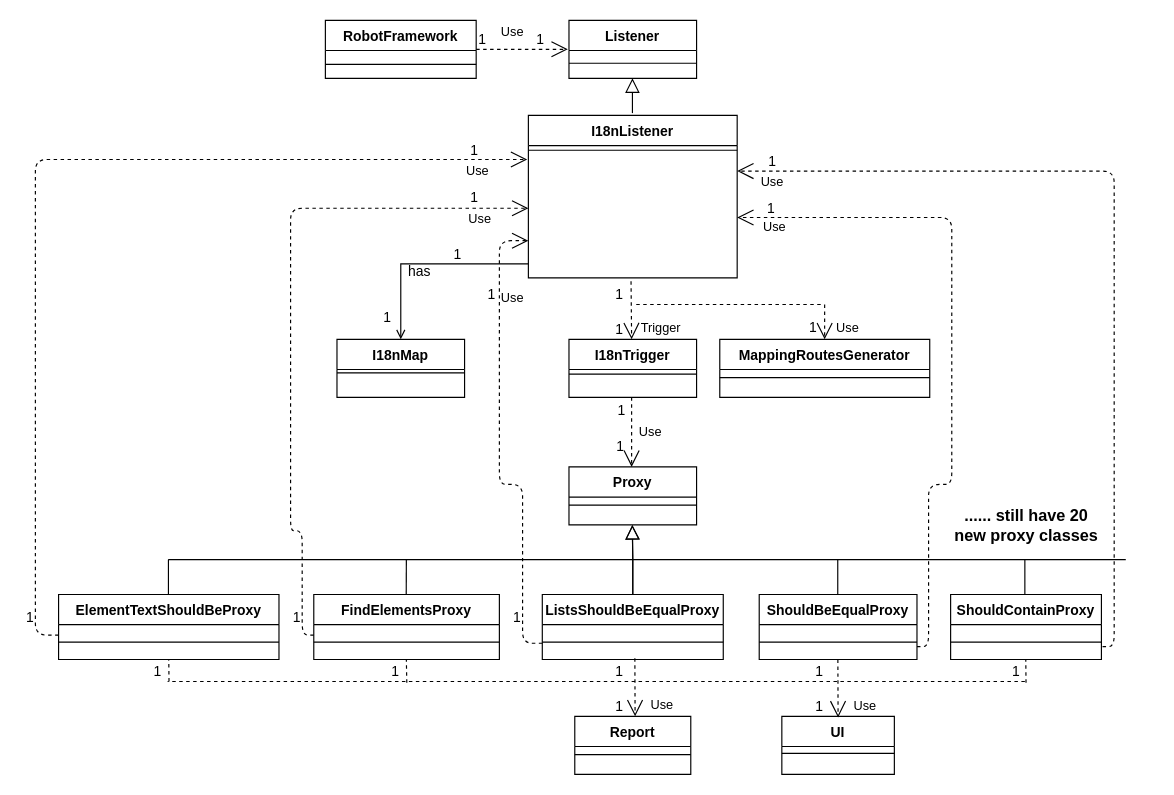
Above: page "ppt 新版i18n" (8 of 9) of UML/i18n class diagram.drawio in Rexmen/i18n (draw.io), before the change. Source tidied: cells renumbered, new cells numbered last; positions are measured from the earlier drawing's top-left corner, leaving out a move shared by most shapes. Both pictures are drawn from the tidied source at 116%, with x=0, y=0 at pixel (35, 20).
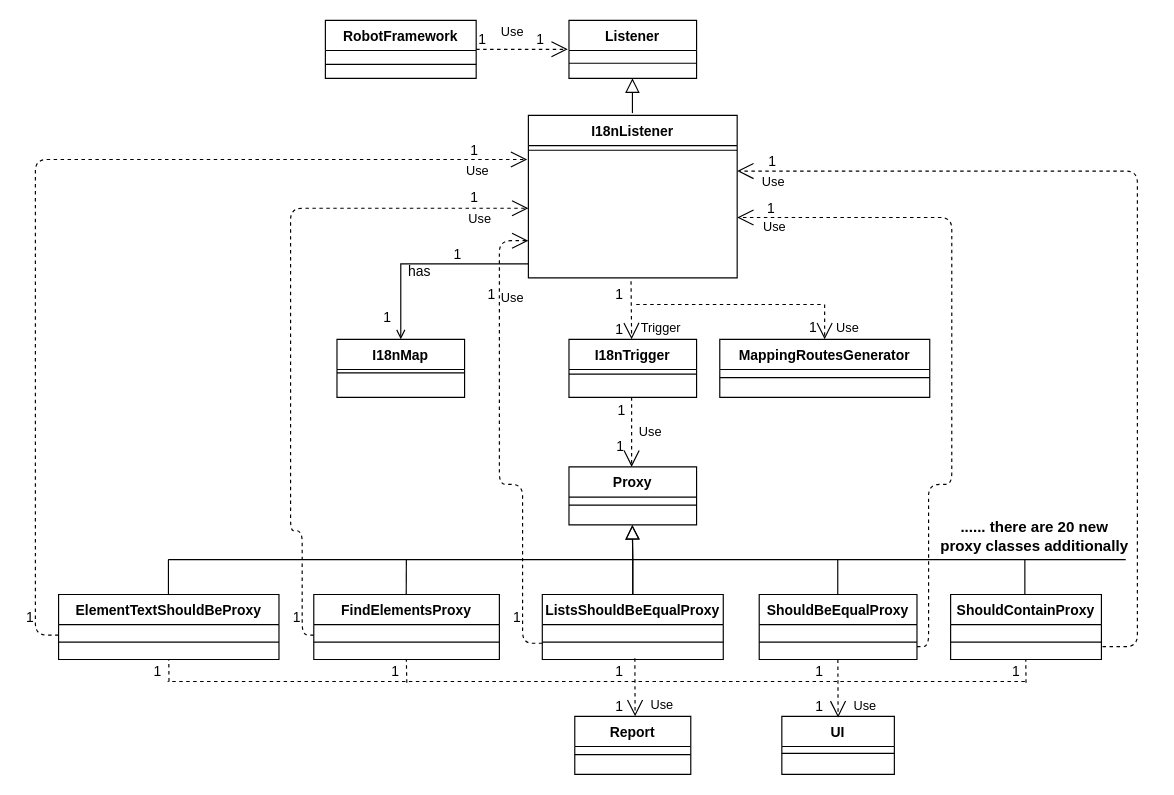
The same page after the edit.

Change to the diagram source:
```diff
@@
     <mxCell id="44" value="Use" style="endArrow=open;endSize=12;dashed=1;html=1;" parent="1" edge="1">
       <mxGeometry x="0.92" y="9" relative="1" as="geometry">
         <mxPoint x="920" y="540" as="sourcePoint" />
         <mxPoint x="605" y="130" as="targetPoint" />
         <Array as="points">
-          <mxPoint x="930" y="540" />
-          <mxPoint x="930" y="130" />
+          <mxPoint x="950" y="540" />
+          <mxPoint x="950" y="130" />
         </Array>
       </mxGeometry>
     </mxCell>
@@
-    <mxCell id="80" value="&lt;b&gt;&lt;font style=&quot;font-size: 14px&quot;&gt;...... still have 20&lt;br&gt;new proxy classes&lt;/font&gt;&lt;/b&gt;" style="text;html=1;align=center;verticalAlign=middle;strokeColor=none;" parent="1" vertex="1">
-      <mxGeometry x="784" y="420" width="140" height="30" as="geometry" />
+    <mxCell id="80" value="&lt;b style=&quot;font-size: 13px&quot;&gt;&lt;font style=&quot;font-size: 13px&quot;&gt;...... there are 20 new&lt;br&gt;proxy classes additionally&lt;/font&gt;&lt;/b&gt;" style="text;html=1;align=center;verticalAlign=middle;strokeColor=none;" parent="1" vertex="1">
+      <mxGeometry x="771" y="430" width="180" height="30" as="geometry" />
     </mxCell>
```
